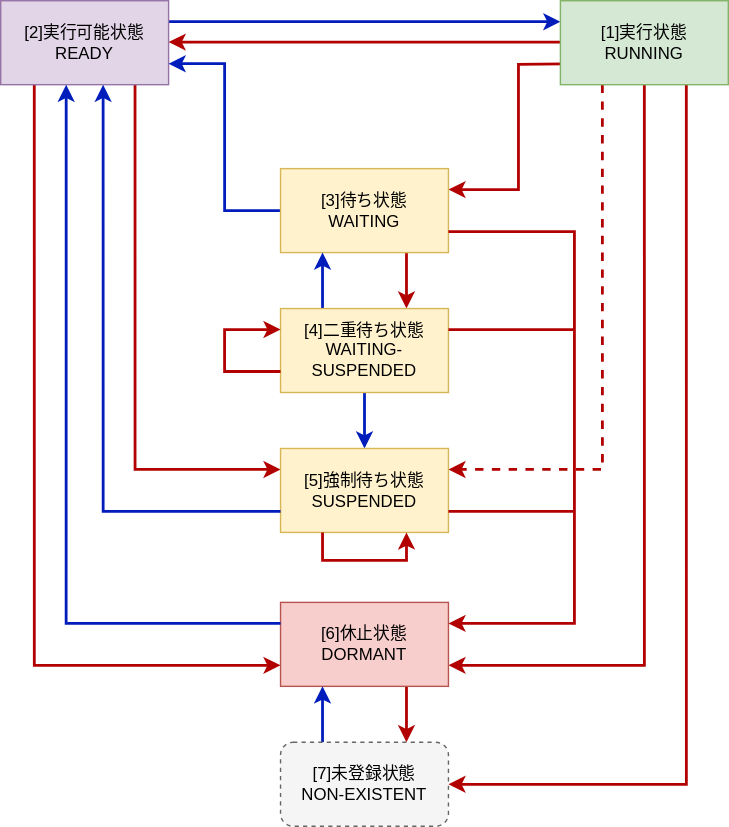
sankaku789/grade4-RTOS keeps this draw.io diagram as src/fig/state.drawio.svg. Above is the earlier version. Source tidied: cells renumbered, new cells last; positions are measured from the earlier drawing's top-left corner, leaving out a move shared by most shapes.
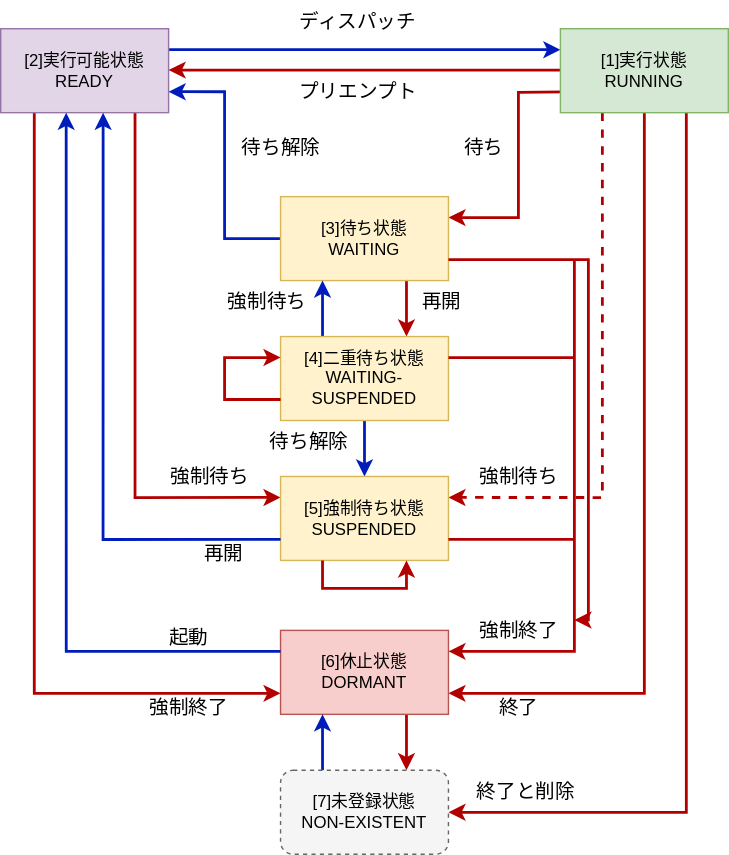
Above is the later version.

The edit, as a diff of the source:
```diff
@@ -61,7 +61,7 @@
     <mxCell id="19" style="edgeStyle=none;html=1;exitX=0.75;exitY=1;exitDx=0;exitDy=0;entryX=0.75;entryY=0;entryDx=0;entryDy=0;fillColor=#e51400;strokeColor=#B20000;strokeWidth=2;" parent="1" edge="1" source="20" target="22">
       <mxGeometry relative="1" as="geometry" />
     </mxCell>
-    <mxCell id="20" value="[6]休止状態&lt;div&gt;DORMANT&lt;/div&gt;" style="rounded=0;whiteSpace=wrap;html=1;fillColor=#f8cecc;strokeColor=#b85450;" parent="1" vertex="1">
+    <mxCell id="20" value="&lt;font face=&quot;Helvetica&quot;&gt;[6]休止状態&lt;/font&gt;&lt;div&gt;&lt;font face=&quot;Helvetica&quot;&gt;DORMANT&lt;/font&gt;&lt;/div&gt;" style="rounded=0;whiteSpace=wrap;html=1;fillColor=#f8cecc;strokeColor=#b85450;" parent="1" vertex="1">
       <mxGeometry x="200" y="430" width="120" height="60" as="geometry" />
     </mxCell>
     <mxCell id="21" style="edgeStyle=none;html=1;exitX=0.25;exitY=0;exitDx=0;exitDy=0;entryX=0.25;entryY=1;entryDx=0;entryDy=0;fillColor=#0050ef;strokeColor=#001DBC;strokeWidth=2;" parent="1" edge="1" source="22" target="20">
@@ -95,16 +95,8 @@
       <mxGeometry relative="1" as="geometry" />
     </mxCell>
     <mxCell id="27" style="group;" parent="1" vertex="1">
-      <mxGeometry x="400" y="165" height="280" as="geometry" />
+      <mxGeometry x="400" y="165" width="10" height="280" as="geometry" />
     </mxCell>
-    <mxCell id="28" style="edgeStyle=orthogonalEdgeStyle;html=1;exitX=1;exitY=0.75;exitDx=0;exitDy=0;entryX=1;entryY=0.25;entryDx=0;entryDy=0;rounded=0;curved=0;strokeWidth=2;fillColor=#e51400;strokeColor=#B20000;" parent="27" edge="1" source="14" target="20">
-      <mxGeometry relative="1" as="geometry">
-        <Array as="points">
-          <mxPoint x="10" />
-          <mxPoint x="10" y="280" />
-        </Array>
-      </mxGeometry>
-    </mxCell>
     <mxCell id="29" style="edgeStyle=none;html=1;exitX=1;exitY=0.25;exitDx=0;exitDy=0;endArrow=none;endFill=0;strokeWidth=2;fillColor=#e51400;strokeColor=#B20000;" parent="27" edge="1" source="17">
       <mxGeometry relative="1" as="geometry">
         <mxPoint x="10" y="70" as="targetPoint" />
@@ -115,5 +107,61 @@
         <mxPoint x="10" y="200" as="targetPoint" />
       </mxGeometry>
     </mxCell>
+    <mxCell id="31" value="&lt;span style=&quot;font-size: 14px;&quot;&gt;強制終了&lt;/span&gt;" style="text;html=1;align=center;verticalAlign=middle;points=[];strokeColor=none;fillColor=none;" parent="27" vertex="1">
+      <mxGeometry x="-70" y="250" width="80" height="30" as="geometry" />
+    </mxCell>
+    <mxCell id="32" value="&lt;font face=&quot;Helvetica&quot; style=&quot;font-size: 14px;&quot;&gt;ディスパッチ&lt;/font&gt;" style="text;html=1;align=center;verticalAlign=middle;strokeColor=none;fillColor=none;" parent="1" vertex="1">
+      <mxGeometry x="200" y="-20" width="110" height="30" as="geometry" />
+    </mxCell>
+    <mxCell id="33" value="&lt;span style=&quot;font-size: 14px;&quot;&gt;プリエンプト&lt;/span&gt;" style="text;html=1;align=center;verticalAlign=middle;strokeColor=none;fillColor=none;" parent="1" vertex="1">
+      <mxGeometry x="200" y="30" width="110" height="30" as="geometry" />
+    </mxCell>
+    <mxCell id="34" value="&lt;font style=&quot;font-size: 14px;&quot;&gt;待ち&lt;/font&gt;" style="text;html=1;align=center;verticalAlign=middle;strokeColor=none;fillColor=none;" parent="1" vertex="1">
+      <mxGeometry x="320" y="70" width="50" height="30" as="geometry" />
+    </mxCell>
+    <mxCell id="35" value="&lt;font style=&quot;font-size: 14px;&quot;&gt;待ち解除&lt;/font&gt;" style="text;html=1;align=center;verticalAlign=middle;strokeColor=none;fillColor=none;" parent="1" vertex="1">
+      <mxGeometry x="160" y="70" width="80" height="30" as="geometry" />
+    </mxCell>
+    <mxCell id="36" value="&lt;span style=&quot;font-size: 14px;&quot;&gt;強制待ち&lt;/span&gt;" style="text;html=1;align=center;verticalAlign=middle;strokeColor=none;fillColor=none;" parent="1" vertex="1">
+      <mxGeometry x="150" y="180" width="80" height="30" as="geometry" />
+    </mxCell>
+    <mxCell id="37" value="&lt;span style=&quot;font-size: 14px;&quot;&gt;再開&lt;/span&gt;" style="text;html=1;align=center;verticalAlign=middle;strokeColor=none;fillColor=none;" parent="1" vertex="1">
+      <mxGeometry x="290" y="180" width="50" height="30" as="geometry" />
+    </mxCell>
+    <mxCell id="38" value="&lt;font style=&quot;font-size: 14px;&quot;&gt;待ち解除&lt;/font&gt;" style="text;html=1;align=center;verticalAlign=middle;strokeColor=none;fillColor=none;" parent="1" vertex="1">
+      <mxGeometry x="180" y="280" width="80" height="30" as="geometry" />
+    </mxCell>
+    <mxCell id="39" value="&lt;span style=&quot;font-size: 14px;&quot;&gt;強制待ち&lt;/span&gt;" style="text;html=1;align=center;verticalAlign=middle;strokeColor=none;fillColor=none;" parent="1" vertex="1">
+      <mxGeometry x="330" y="305" width="80" height="30" as="geometry" />
+    </mxCell>
+    <mxCell id="40" style="edgeStyle=orthogonalEdgeStyle;html=1;exitX=1;exitY=0.75;exitDx=0;exitDy=0;entryX=1;entryY=0.25;entryDx=0;entryDy=0;rounded=0;curved=0;strokeWidth=2;fillColor=#e51400;strokeColor=#B20000;" parent="1" edge="1" source="14" target="31">
+      <mxGeometry relative="1" as="geometry" />
+    </mxCell>
+    <mxCell id="28" style="edgeStyle=orthogonalEdgeStyle;html=1;exitX=1;exitY=0.75;exitDx=0;exitDy=0;entryX=1;entryY=0.25;entryDx=0;entryDy=0;rounded=0;curved=0;strokeWidth=2;fillColor=#e51400;strokeColor=#B20000;" parent="1" edge="1" source="31" target="20">
+      <mxGeometry relative="1" as="geometry">
+        <Array as="points">
+          <mxPoint x="410" y="165" />
+          <mxPoint x="410" y="445" />
+        </Array>
+      </mxGeometry>
+    </mxCell>
+    <mxCell id="41" value="&lt;span style=&quot;font-size: 14px;&quot;&gt;終了&lt;/span&gt;" style="text;html=1;align=center;verticalAlign=middle;strokeColor=none;fillColor=none;" parent="1" vertex="1">
+      <mxGeometry x="345" y="470" width="50" height="30" as="geometry" />
+    </mxCell>
+    <mxCell id="42" value="&lt;span style=&quot;font-size: 14px;&quot;&gt;終了と削除&lt;/span&gt;" style="text;html=1;align=center;verticalAlign=middle;strokeColor=none;fillColor=none;" parent="1" vertex="1">
+      <mxGeometry x="330" y="530" width="90" height="30" as="geometry" />
+    </mxCell>
+    <mxCell id="43" value="&lt;span style=&quot;font-size: 14px;&quot;&gt;強制終了&lt;/span&gt;" style="text;html=1;align=center;verticalAlign=middle;strokeColor=none;fillColor=none;" parent="1" vertex="1">
+      <mxGeometry x="94" y="470" width="80" height="30" as="geometry" />
+    </mxCell>
+    <mxCell id="44" value="&lt;span style=&quot;font-size: 14px;&quot;&gt;起動&lt;/span&gt;" style="text;html=1;align=center;verticalAlign=middle;strokeColor=none;fillColor=none;" parent="1" vertex="1">
+      <mxGeometry x="109" y="420" width="50" height="30" as="geometry" />
+    </mxCell>
+    <mxCell id="45" value="&lt;span style=&quot;font-size: 14px;&quot;&gt;再開&lt;/span&gt;" style="text;html=1;align=center;verticalAlign=middle;strokeColor=none;fillColor=none;" parent="1" vertex="1">
+      <mxGeometry x="134" y="360" width="50" height="30" as="geometry" />
+    </mxCell>
+    <mxCell id="46" value="&lt;span style=&quot;font-size: 14px;&quot;&gt;強制待ち&lt;/span&gt;" style="text;html=1;align=center;verticalAlign=middle;strokeColor=none;fillColor=none;" parent="1" vertex="1">
+      <mxGeometry x="109" y="305" width="80" height="30" as="geometry" />
+    </mxCell>
   </root>
 </mxGraphModel>
```
